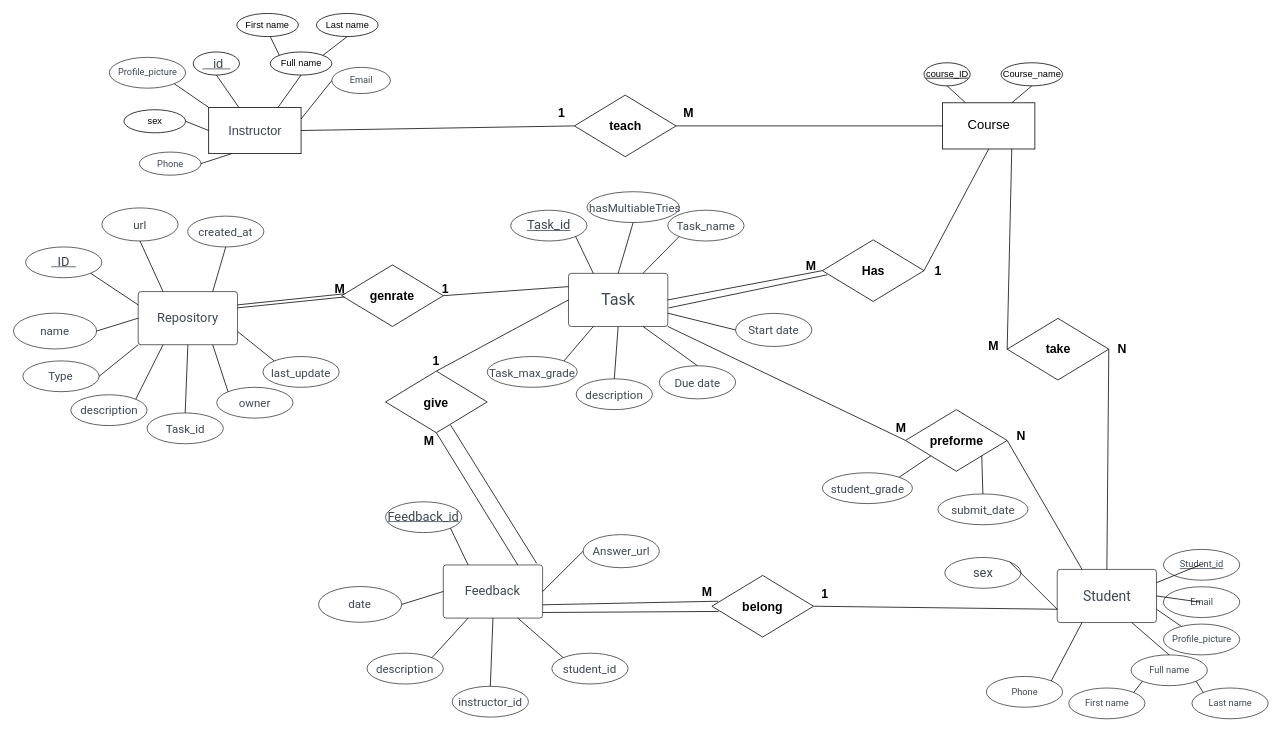
Earlier version of the draw.io diagram page "Page-1" (1 of 3) of Untitled Diagram.drawio (Nawaf9529/project-diagrams-1). Source tidied: cells renumbered, new cells numbered last; positions are measured from the earlier drawing's top-left corner, leaving out a move shared by most shapes. Both pictures are drawn from the tidied source at 77%, with x=0, y=0 at pixel (13, 13).
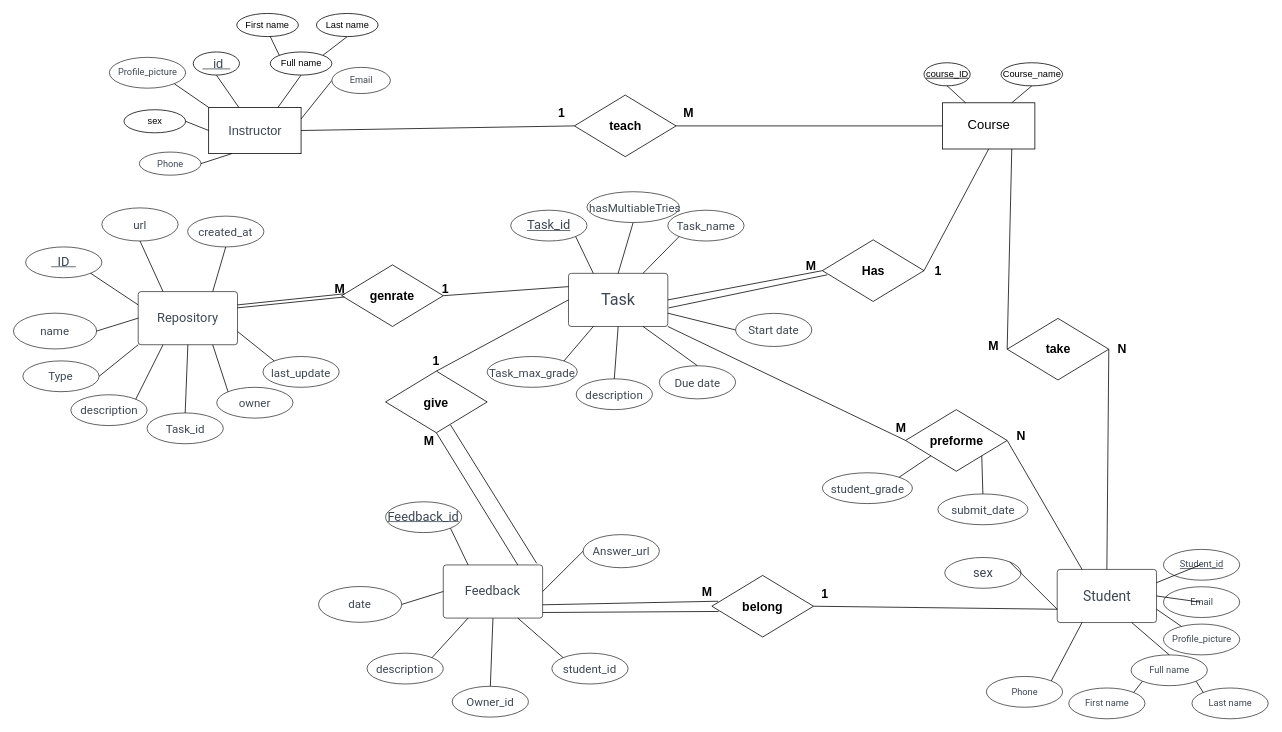
The same diagram, later.

What changed in the source:
```diff
@@
-    <mxCell id="105" value="instructor_id" style="html=1;overflow=block;blockSpacing=1;whiteSpace=wrap;ellipse;fontSize=15;fontFamily=Roboto;fontColor=#3d4752;align=center;spacing=3.8;strokeOpacity=100;fillOpacity=100;rounded=1;absoluteArcSize=1;arcSize=7.5;fillColor=#ffffff;strokeWidth=0.8;lucidId=z8JoMihmaZ54;" parent="1" vertex="1">
+    <mxCell id="105" value="Owner_id" style="html=1;overflow=block;blockSpacing=1;whiteSpace=wrap;ellipse;fontSize=15;fontFamily=Roboto;fontColor=#3d4752;align=center;spacing=3.8;strokeOpacity=100;fillOpacity=100;rounded=1;absoluteArcSize=1;arcSize=7.5;fillColor=#ffffff;strokeWidth=0.8;lucidId=z8JoMihmaZ54;" parent="1" vertex="1">
       <mxGeometry x="569.8" y="873.8" width="99" height="40" as="geometry" />
     </mxCell>
```
